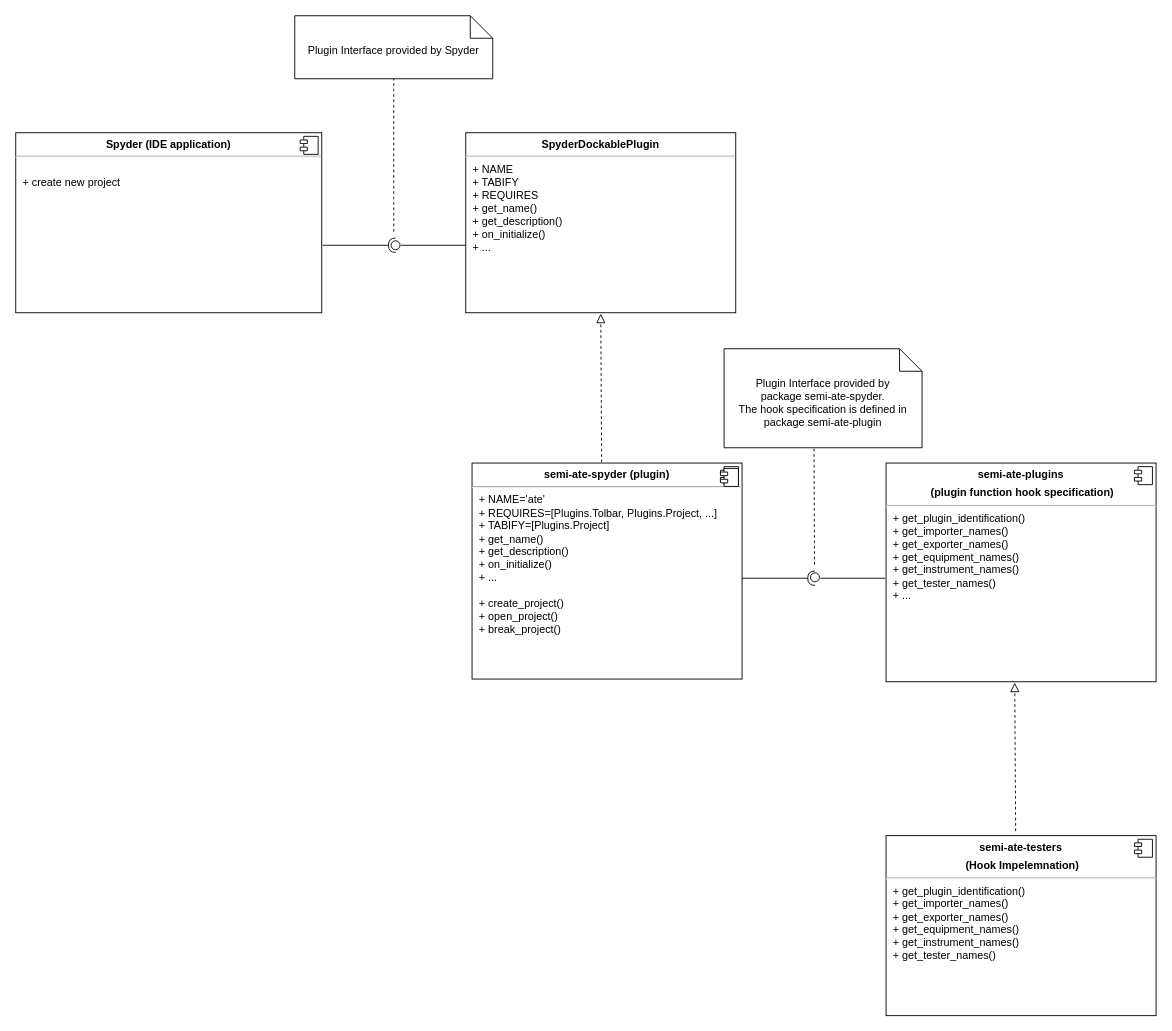
Before: docs/pictures/packages/spyder_ide.dio in Semi-ATE/Semi-ATE, a draw.io diagram. Source tidied: cells renumbered, new cells numbered last; positions are measured from the earlier drawing's top-left corner, leaving out a move shared by most shapes. Both pictures are drawn from the tidied source at 90%, with x=0, y=0 at pixel (15, 15).
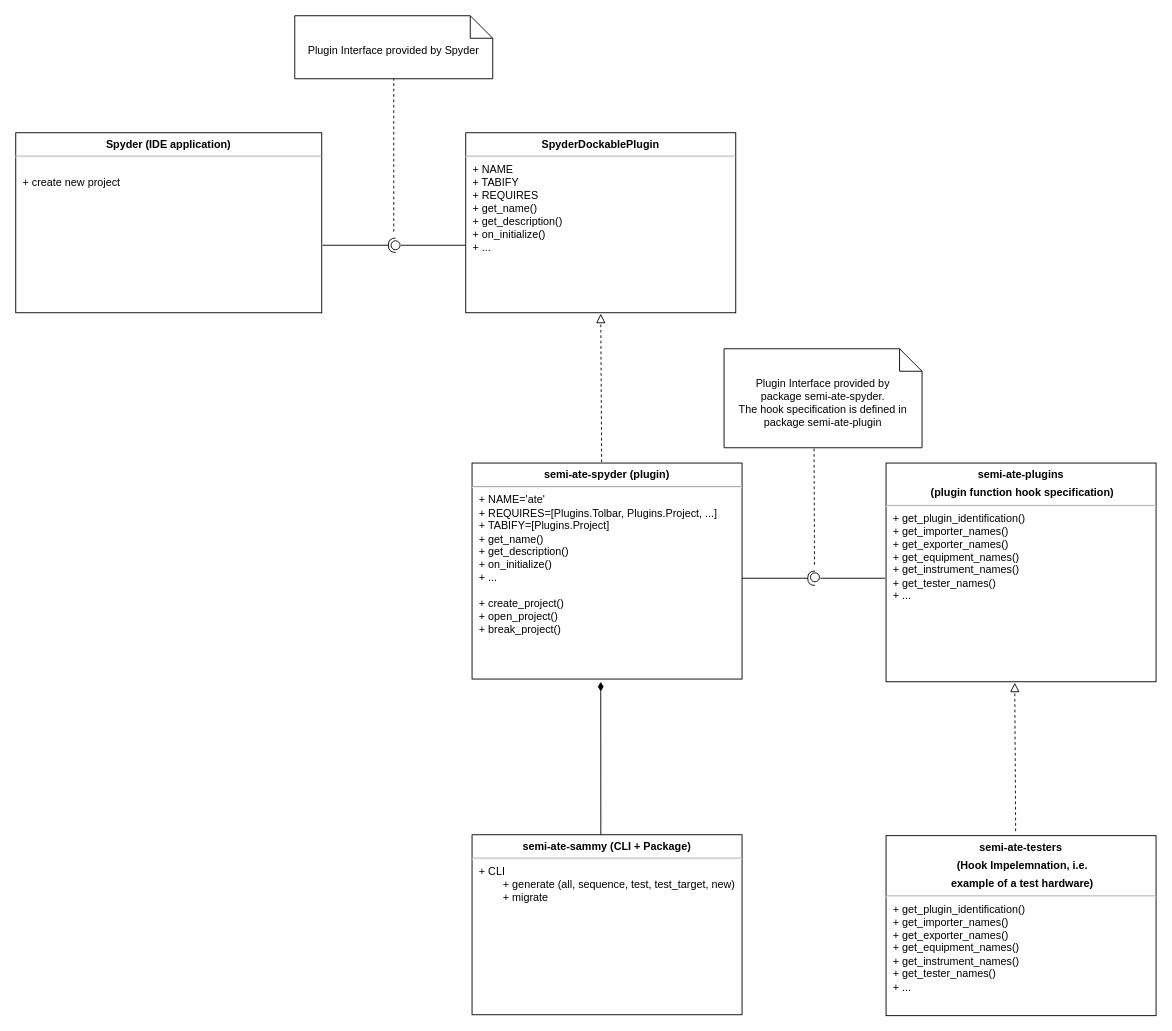
The same diagram, later.

The change refers to these unchanged cells:
```xml
<mxCell id="2" value="&lt;p style=&quot;margin: 0px ; margin-top: 6px ; text-align: center&quot;&gt;&lt;b&gt;Spyder (IDE application)&lt;/b&gt;&lt;/p&gt;&lt;hr&gt;&lt;p style=&quot;margin: 0px ; margin-left: 8px&quot;&gt;&lt;br&gt;&lt;/p&gt;&lt;p style=&quot;margin: 0px ; margin-left: 8px&quot;&gt;+ create new project&lt;/p&gt;&lt;p style=&quot;margin: 0px ; margin-left: 8px&quot;&gt;&lt;br&gt;&lt;/p&gt;" style="align=left;overflow=fill;html=1;" parent="1" vertex="1">
  <mxGeometry y="130" width="340" height="200" as="geometry" />
</mxCell>
<mxCell id="4" value="&lt;p style=&quot;margin: 0px ; margin-top: 6px ; text-align: center&quot;&gt;&lt;b&gt;semi-ate-spyder (plugin)&lt;/b&gt;&lt;/p&gt;&lt;hr&gt;&lt;p style=&quot;margin: 0px ; margin-left: 8px&quot;&gt;&lt;span&gt;+ NAME='ate'&lt;/span&gt;&lt;/p&gt;&lt;p style=&quot;margin: 0px ; margin-left: 8px&quot;&gt;&lt;span&gt;+ REQUIRES=[Plugins.Tolbar, Plugins.Project, ...]&lt;/span&gt;&lt;/p&gt;&lt;p style=&quot;margin: 0px ; margin-left: 8px&quot;&gt;&lt;span&gt;+ TABIFY=[Plugins.Project]&lt;/span&gt;&lt;/p&gt;&lt;p style=&quot;margin: 0px ; margin-left: 8px&quot;&gt;&lt;span&gt;+&amp;nbsp;&lt;/span&gt;&lt;span&gt;get_name()&lt;/span&gt;&lt;/p&gt;&lt;p style=&quot;margin: 0px 0px 0px 8px&quot;&gt;+ get_description()&lt;/p&gt;&lt;p style=&quot;margin: 0px 0px 0px 8px&quot;&gt;+ on_initialize()&lt;/p&gt;&lt;p style=&quot;margin: 0px 0px 0px 8px&quot;&gt;+ ...&lt;/p&gt;&lt;p style=&quot;margin: 0px ; margin-left: 8px&quot;&gt;&lt;span&gt;&lt;br&gt;&lt;/span&gt;&lt;/p&gt;&lt;p style=&quot;margin: 0px ; margin-left: 8px&quot;&gt;&lt;span&gt;+ create_project()&lt;br&gt;&lt;/span&gt;&lt;/p&gt;&lt;p style=&quot;margin: 0px ; margin-left: 8px&quot;&gt;&lt;span&gt;+ open_project()&lt;/span&gt;&lt;/p&gt;&lt;p style=&quot;margin: 0px ; margin-left: 8px&quot;&gt;&lt;span&gt;+ break_project()&lt;/span&gt;&lt;/p&gt;" style="align=left;overflow=fill;html=1;" parent="1" vertex="1">
  <mxGeometry x="507" y="497" width="300" height="240" as="geometry" />
</mxCell>
<mxCell id="18" value="&lt;p style=&quot;margin: 0px ; margin-top: 6px ; text-align: center&quot;&gt;&lt;b&gt;SpyderDockablePlugin&lt;/b&gt;&lt;br&gt;&lt;/p&gt;&lt;hr&gt;&lt;p style=&quot;margin: 0px ; margin-left: 8px&quot;&gt;+ NAME&lt;/p&gt;&lt;p style=&quot;margin: 0px ; margin-left: 8px&quot;&gt;+ TABIFY&lt;/p&gt;&lt;p style=&quot;margin: 0px ; margin-left: 8px&quot;&gt;+ REQUIRES&lt;/p&gt;&lt;p style=&quot;margin: 0px ; margin-left: 8px&quot;&gt;+ get_name()&lt;/p&gt;&lt;p style=&quot;margin: 0px ; margin-left: 8px&quot;&gt;+ get_description()&lt;/p&gt;&lt;p style=&quot;margin: 0px ; margin-left: 8px&quot;&gt;+ on_initialize()&lt;/p&gt;&lt;p style=&quot;margin: 0px ; margin-left: 8px&quot;&gt;+ ...&lt;/p&gt;" style="align=left;overflow=fill;html=1;" parent="1" vertex="1">
  <mxGeometry x="500" y="130" width="300" height="200" as="geometry" />
</mxCell>
<mxCell id="21" value="&lt;p style=&quot;margin: 0px ; margin-top: 6px ; text-align: center&quot;&gt;&lt;b&gt;semi-ate-plugins&lt;/b&gt;&lt;/p&gt;&lt;p style=&quot;margin: 0px ; margin-top: 6px ; text-align: center&quot;&gt;&lt;b&gt;&amp;nbsp;(plugin function hook specification)&lt;/b&gt;&lt;/p&gt;&lt;hr&gt;&lt;p style=&quot;margin: 0px ; margin-left: 8px&quot;&gt;+ get_plugin_identification()&lt;/p&gt;&lt;p style=&quot;margin: 0px ; margin-left: 8px&quot;&gt;+ get_importer_names()&lt;/p&gt;&lt;p style=&quot;margin: 0px ; margin-left: 8px&quot;&gt;+ get_exporter_names()&lt;/p&gt;&lt;p style=&quot;margin: 0px ; margin-left: 8px&quot;&gt;+ get_equipment_names()&lt;/p&gt;&lt;p style=&quot;margin: 0px ; margin-left: 8px&quot;&gt;+ get_instrument_names()&lt;/p&gt;&lt;p style=&quot;margin: 0px ; margin-left: 8px&quot;&gt;+ get_tester_names()&lt;/p&gt;&lt;p style=&quot;margin: 0px ; margin-left: 8px&quot;&gt;+ ...&lt;/p&gt;" style="align=left;overflow=fill;html=1;" parent="1" vertex="1">
  <mxGeometry x="967" y="497" width="300" height="243" as="geometry" />
</mxCell>
```

What changed in the source:
```diff
@@
-    <mxCell id="3" style="shape=component;jettyWidth=8;jettyHeight=4;" parent="2" vertex="1">
-      <mxGeometry x="1" width="20" height="20" relative="1" as="geometry">
-        <mxPoint x="-24" y="4" as="offset" />
-      </mxGeometry>
-    </mxCell>
@@
-    <mxCell id="5" style="shape=component;jettyWidth=8;jettyHeight=4;" parent="4" vertex="1">
-      <mxGeometry x="1" width="20" height="20" relative="1" as="geometry">
-        <mxPoint x="-24" y="4" as="offset" />
-      </mxGeometry>
-    </mxCell>
@@
-    <mxCell id="16" value="&lt;p style=&quot;margin: 0px ; margin-top: 6px ; text-align: center&quot;&gt;&lt;b&gt;semi-ate-testers&lt;/b&gt;&lt;/p&gt;&lt;p style=&quot;margin: 0px ; margin-top: 6px ; text-align: center&quot;&gt;&lt;b&gt;&amp;nbsp;(Hook Impelemnation)&lt;/b&gt;&lt;/p&gt;&lt;hr&gt;&lt;p style=&quot;margin: 0px 0px 0px 8px&quot;&gt;+ get_plugin_identification()&lt;/p&gt;&lt;p style=&quot;margin: 0px 0px 0px 8px&quot;&gt;+ get_importer_names()&lt;/p&gt;&lt;p style=&quot;margin: 0px 0px 0px 8px&quot;&gt;+ get_exporter_names()&lt;/p&gt;&lt;p style=&quot;margin: 0px 0px 0px 8px&quot;&gt;+ get_equipment_names()&lt;/p&gt;&lt;p style=&quot;margin: 0px 0px 0px 8px&quot;&gt;+ get_instrument_names()&lt;/p&gt;&lt;p style=&quot;margin: 0px 0px 0px 8px&quot;&gt;+ get_tester_names()&lt;/p&gt;" style="align=left;overflow=fill;html=1;" parent="1" vertex="1">
+    <mxCell id="16" value="&lt;p style=&quot;margin: 0px ; margin-top: 6px ; text-align: center&quot;&gt;&lt;b&gt;semi-ate-testers&lt;/b&gt;&lt;/p&gt;&lt;p style=&quot;margin: 0px ; margin-top: 6px ; text-align: center&quot;&gt;&lt;b&gt;&amp;nbsp;(Hook Impelemnation, i.e.&lt;/b&gt;&lt;/p&gt;&lt;p style=&quot;margin: 0px ; margin-top: 6px ; text-align: center&quot;&gt;&lt;b&gt;&amp;nbsp;example of a test hardware)&lt;/b&gt;&lt;/p&gt;&lt;hr&gt;&lt;p style=&quot;margin: 0px 0px 0px 8px&quot;&gt;+ get_plugin_identification()&lt;/p&gt;&lt;p style=&quot;margin: 0px 0px 0px 8px&quot;&gt;+ get_importer_names()&lt;/p&gt;&lt;p style=&quot;margin: 0px 0px 0px 8px&quot;&gt;+ get_exporter_names()&lt;/p&gt;&lt;p style=&quot;margin: 0px 0px 0px 8px&quot;&gt;+ get_equipment_names()&lt;/p&gt;&lt;p style=&quot;margin: 0px 0px 0px 8px&quot;&gt;+ get_instrument_names()&lt;/p&gt;&lt;p style=&quot;margin: 0px 0px 0px 8px&quot;&gt;+ get_tester_names()&lt;/p&gt;&lt;p style=&quot;margin: 0px 0px 0px 8px&quot;&gt;+ ...&lt;/p&gt;" style="align=left;overflow=fill;html=1;" parent="1" vertex="1">
       <mxGeometry x="967" y="911" width="300" height="200" as="geometry" />
     </mxCell>
-    <mxCell id="17" style="shape=component;jettyWidth=8;jettyHeight=4;" parent="16" vertex="1">
-      <mxGeometry x="1" width="20" height="20" relative="1" as="geometry">
-        <mxPoint x="-24" y="4" as="offset" />
-      </mxGeometry>
-    </mxCell>
@@
-    <mxCell id="19" style="shape=component;jettyWidth=8;jettyHeight=4;" parent="18" vertex="1">
-      <mxGeometry x="1" width="20" height="20" relative="1" as="geometry">
-        <mxPoint x="-17" y="373" as="offset" />
-      </mxGeometry>
-    </mxCell>
@@
-    <mxCell id="22" style="shape=component;jettyWidth=8;jettyHeight=4;" parent="21" vertex="1">
-      <mxGeometry x="1" width="20" height="20" relative="1" as="geometry">
-        <mxPoint x="-24" y="4" as="offset" />
-      </mxGeometry>
-    </mxCell>
@@
+    <mxCell id="24" style="endArrow=none;startArrow=diamondThin;endFill=0;startFill=1;html=1;verticalAlign=bottom;labelBackgroundColor=none;strokeWidth=1;startSize=8;endSize=8;entryX=0.477;entryY=0;entryDx=0;entryDy=0;entryPerimeter=0;" parent="1" edge="1" target="25">
+      <mxGeometry relative="1" as="geometry">
+        <mxPoint x="650" y="740" as="sourcePoint" />
+      </mxGeometry>
+    </mxCell>
+    <mxCell id="25" value="&lt;p style=&quot;margin: 0px ; margin-top: 6px ; text-align: center&quot;&gt;&lt;b&gt;semi-ate-sammy (CLI + Package)&lt;/b&gt;&lt;/p&gt;&lt;hr&gt;&lt;p style=&quot;margin: 0px 0px 0px 8px&quot;&gt;+ CLI&lt;/p&gt;&lt;p style=&quot;margin: 0px 0px 0px 8px&quot;&gt;&lt;span style=&quot;white-space: pre&quot;&gt;&#9;&lt;/span&gt;+ generate (all, sequence, test, test_target, new)&lt;/p&gt;&lt;p style=&quot;margin: 0px 0px 0px 8px&quot;&gt;&lt;span style=&quot;white-space: pre&quot;&gt;&#9;&lt;/span&gt;+ migrate&lt;br&gt;&lt;/p&gt;" style="align=left;overflow=fill;html=1;" parent="1" vertex="1">
+      <mxGeometry x="507" y="910" width="300" height="200" as="geometry" />
+    </mxCell>
```
